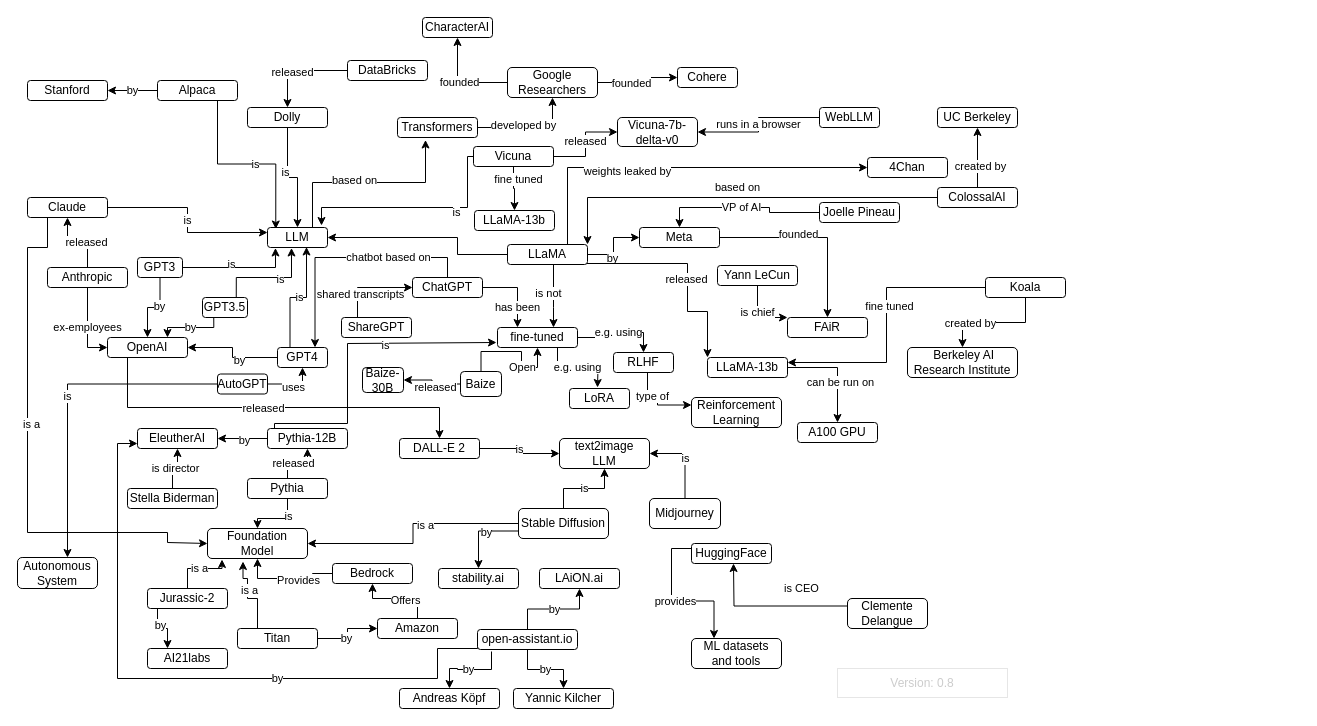
Above: generativeAI.drawio in juananpe/generativeAI (draw.io), before the change. Source tidied: cells renumbered, new cells numbered last; positions are measured from the earlier drawing's top-left corner, leaving out a move shared by most shapes. Both pictures are drawn from the tidied source at 100%, with x=0, y=0 at pixel (17, 17).
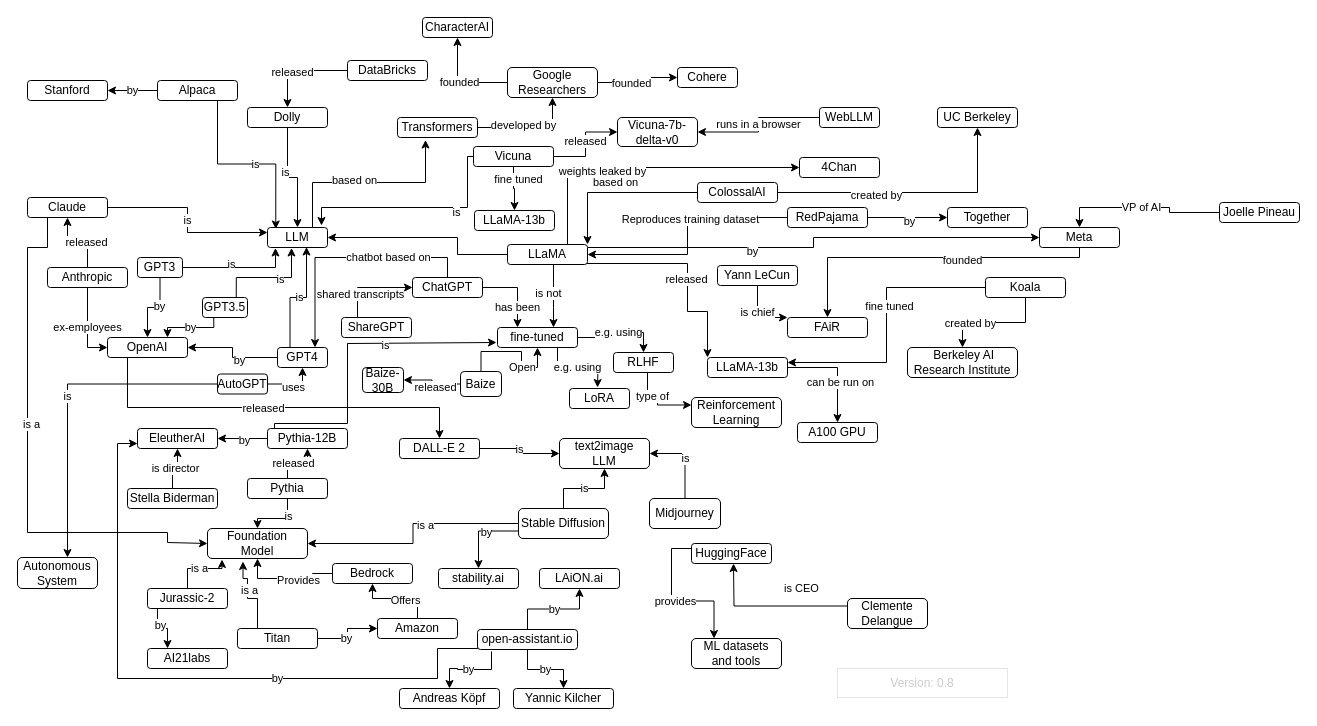
After the change.

Commit message:
Add RedPajama, Together

Unchanged cells that the change refers to:
```xml
<mxCell id="50" value="LLaMA" style="rounded=1;whiteSpace=wrap;html=1;" parent="1" vertex="1">
  <mxGeometry x="490" y="227" width="80" height="20" as="geometry" />
</mxCell>
<mxCell id="66" value="FAiR" style="rounded=1;whiteSpace=wrap;html=1;" parent="1" vertex="1">
  <mxGeometry x="770" y="300" width="80" height="20" as="geometry" />
</mxCell>
```

The edit, as a diff of the source:
```diff
@@
     <mxCell id="37" value="ColossalAI" style="rounded=1;whiteSpace=wrap;html=1;" parent="1" vertex="1">
-      <mxGeometry x="920" y="170" width="80" height="20" as="geometry" />
+      <mxGeometry x="680" y="165" width="80" height="20" as="geometry" />
     </mxCell>
@@
     <mxCell id="41" style="edgeStyle=orthogonalEdgeStyle;rounded=0;jettySize=auto;html=1;" parent="1" edge="1" source="50" target="54">
-      <mxGeometry relative="1" as="geometry" />
+      <mxGeometry relative="1" as="geometry">
+        <Array as="points">
+          <mxPoint x="796" y="230" />
+          <mxPoint x="796" y="220" />
+        </Array>
+      </mxGeometry>
     </mxCell>
@@
     <mxCell id="52" style="edgeStyle=orthogonalEdgeStyle;rounded=0;jettySize=auto;html=1;" parent="1" edge="1" source="54" target="66">
-      <mxGeometry relative="1" as="geometry" />
+      <mxGeometry relative="1" as="geometry">
+        <Array as="points">
+          <mxPoint x="1062" y="240" />
+          <mxPoint x="810" y="240" />
+        </Array>
+      </mxGeometry>
     </mxCell>
@@
     <mxCell id="54" value="Meta" style="rounded=1;whiteSpace=wrap;html=1;" parent="1" vertex="1">
-      <mxGeometry x="622" y="210" width="80" height="20" as="geometry" />
+      <mxGeometry x="1022" y="210" width="80" height="20" as="geometry" />
     </mxCell>
     <mxCell id="55" value="Joelle Pineau" style="rounded=1;whiteSpace=wrap;html=1;" parent="1" vertex="1">
-      <mxGeometry x="802" y="185" width="80" height="20" as="geometry" />
+      <mxGeometry x="1202" y="185" width="80" height="20" as="geometry" />
     </mxCell>
@@
     <mxCell id="77" value="4Chan" style="rounded=1;whiteSpace=wrap;html=1;" parent="1" vertex="1">
-      <mxGeometry x="850" y="140" width="80" height="20" as="geometry" />
+      <mxGeometry x="782" y="140" width="80" height="20" as="geometry" />
     </mxCell>
@@
+    <mxCell id="176" style="edgeStyle=orthogonalEdgeStyle;rounded=0;jettySize=auto;html=1;entryX=1;entryY=0.5;entryDx=0;entryDy=0;" parent="1" edge="1" source="180" target="50">
+      <mxGeometry relative="1" as="geometry" />
+    </mxCell>
+    <mxCell id="177" value="Reproduces training dataset" style="edgeLabel;html=1;align=center;verticalAlign=middle;" parent="176" vertex="1">
+      <mxGeometry x="-0.17" y="1" relative="1" as="geometry" />
+    </mxCell>
+    <mxCell id="178" style="edgeStyle=orthogonalEdgeStyle;rounded=0;jettySize=auto;html=1;" parent="1" edge="1" source="180" target="181">
+      <mxGeometry relative="1" as="geometry" />
+    </mxCell>
+    <mxCell id="179" value="by" style="edgeLabel;html=1;align=center;verticalAlign=middle;" parent="178" vertex="1">
+      <mxGeometry x="0.03" y="-2" relative="1" as="geometry">
+        <mxPoint y="1" as="offset" />
+      </mxGeometry>
+    </mxCell>
+    <mxCell id="180" value="RedPajama" style="rounded=1;whiteSpace=wrap;html=1;" parent="1" vertex="1">
+      <mxGeometry x="770" y="190" width="80" height="20" as="geometry" />
+    </mxCell>
+    <mxCell id="181" value="Together" style="rounded=1;whiteSpace=wrap;html=1;" parent="1" vertex="1">
+      <mxGeometry x="930" y="190" width="80" height="20" as="geometry" />
+    </mxCell>
```
